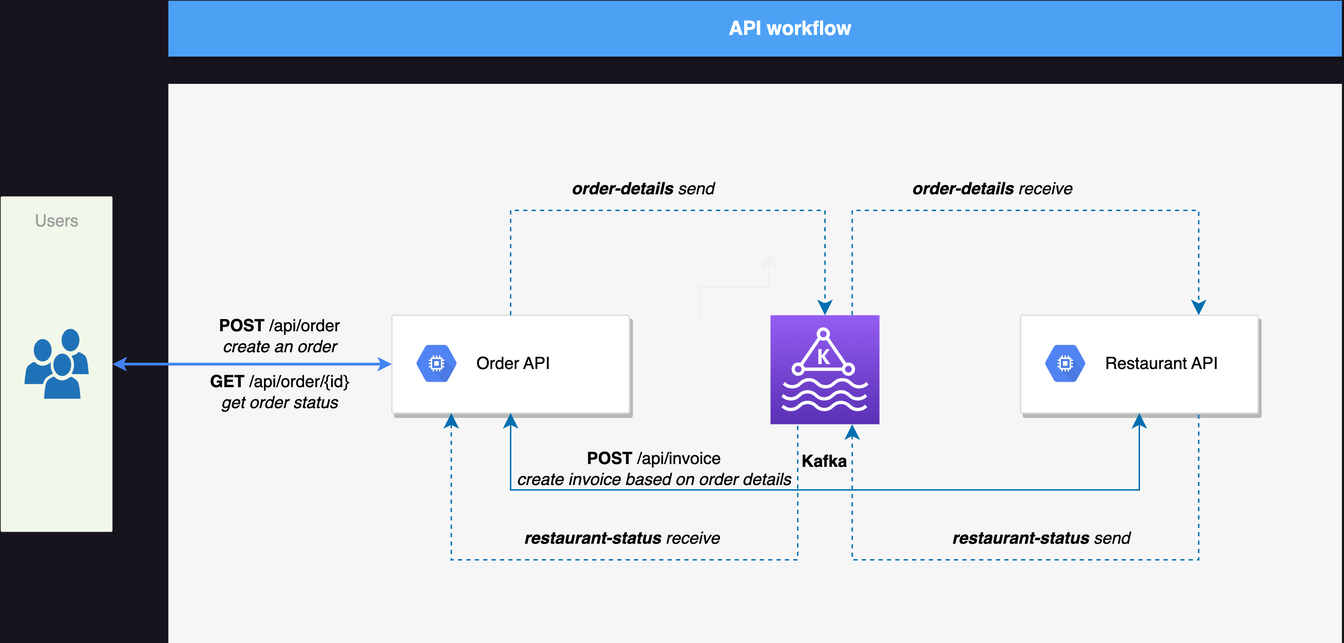
The draw.io diagram images/workflow.png in kcsurapaneni/food-delivery-backend, before a commit. Source tidied: cells renumbered, new cells last; positions are measured from the earlier drawing's top-left corner, leaving out a move shared by most shapes. The source it was exported from:
```xml
<mxGraphModel>
  <root>
    <mxCell id="0" />
    <mxCell id="1" parent="0" />
    <mxCell id="2" style="fillColor=#F6F6F6;strokeColor=none;shadow=0;gradientColor=none;fontSize=14;align=left;spacing=10;fontColor=#717171;9E9E9E;verticalAlign=top;spacingTop=-4;fontStyle=0;spacingLeft=40;html=1;" parent="1" vertex="1">
      <mxGeometry x="120" y="59.5" width="840" height="400.5" as="geometry" />
    </mxCell>
    <mxCell id="3" value="&lt;div style=&quot;&quot;&gt;&lt;span style=&quot;background-color: initial;&quot;&gt;Users&lt;/span&gt;&lt;/div&gt;" style="rounded=1;absoluteArcSize=1;arcSize=2;html=1;strokeColor=none;gradientColor=none;shadow=0;dashed=0;fontSize=12;fontColor=#9E9E9E;align=center;verticalAlign=top;spacing=10;spacingTop=-4;fillColor=#F1F8E9;" parent="1" vertex="1">
      <mxGeometry y="140" width="80" height="240" as="geometry" />
    </mxCell>
    <mxCell id="4" value="&lt;b&gt;API workflow&lt;/b&gt;" style="fillColor=#4DA1F5;strokeColor=none;shadow=1;gradientColor=none;fontSize=14;align=center;spacingLeft=50;fontColor=#ffffff;html=1;" parent="1" vertex="1">
      <mxGeometry x="120" width="840" height="40" as="geometry" />
    </mxCell>
    <mxCell id="5" style="edgeStyle=elbowEdgeStyle;rounded=0;elbow=vertical;html=1;labelBackgroundColor=none;startFill=1;startSize=4;endArrow=classic;endFill=1;endSize=4;jettySize=auto;strokeColor=#4284F3;strokeWidth=2;fontSize=12;fontColor=#000000;align=left;dashed=0;entryX=0;entryY=0.5;entryDx=0;entryDy=0;startArrow=classic;" parent="1" edge="1" source="3" target="7">
      <mxGeometry relative="1" as="geometry" />
    </mxCell>
    <mxCell id="6" style="sketch=0;shadow=0;dashed=0;html=1;strokeColor=none;labelPosition=center;verticalLabelPosition=bottom;verticalAlign=top;align=center;shape=mxgraph.office.users.users;fillColor=#2072B8;" parent="1" vertex="1">
      <mxGeometry x="17" y="234.8" width="46" height="50" as="geometry" />
    </mxCell>
    <mxCell id="7" style="strokeColor=#dddddd;fillColor=#ffffff;shadow=1;strokeWidth=1;rounded=1;absoluteArcSize=1;arcSize=2;fontSize=11;fontColor=#9E9E9E;align=center;html=1;" parent="1" vertex="1">
      <mxGeometry x="280" y="225" width="170" height="70" as="geometry" />
    </mxCell>
    <mxCell id="8" value="&lt;font color=&quot;#000000&quot;&gt;&lt;br&gt;Order API&lt;/font&gt;" style="dashed=0;html=1;fillColor=#5184F3;strokeColor=none;shape=mxgraph.gcp2.hexIcon;prIcon=compute_engine;labelPosition=right;verticalLabelPosition=middle;align=left;verticalAlign=top;spacingLeft=5;fontColor=#999999;fontSize=12;spacingTop=-8;" parent="7" vertex="1">
      <mxGeometry width="44" height="39" relative="1" as="geometry">
        <mxPoint x="10" y="15" as="offset" />
      </mxGeometry>
    </mxCell>
    <mxCell id="9" value="&lt;font color=&quot;#000000&quot;&gt;&lt;b&gt;POST&lt;/b&gt; /api/order&lt;br&gt;&lt;i&gt;create an order&lt;/i&gt;&lt;br&gt;&lt;/font&gt;" style="text;html=1;strokeColor=none;fillColor=none;align=center;verticalAlign=middle;whiteSpace=wrap;rounded=0;" parent="1" vertex="1">
      <mxGeometry x="140" y="225" width="120" height="30" as="geometry" />
    </mxCell>
    <mxCell id="10" value="&lt;font color=&quot;#000000&quot;&gt;&lt;b&gt;GET&lt;/b&gt; /api/order/{id}&lt;br&gt;&lt;i&gt;get order status&lt;/i&gt;&lt;br&gt;&lt;/font&gt;" style="text;html=1;strokeColor=none;fillColor=none;align=center;verticalAlign=middle;whiteSpace=wrap;rounded=0;" parent="1" vertex="1">
      <mxGeometry x="140" y="265" width="120" height="30" as="geometry" />
    </mxCell>
    <mxCell id="11" style="strokeColor=#dddddd;fillColor=#ffffff;shadow=1;strokeWidth=1;rounded=1;absoluteArcSize=1;arcSize=2;fontSize=11;fontColor=#9E9E9E;align=center;html=1;" parent="1" vertex="1">
      <mxGeometry x="730" y="225" width="170" height="70" as="geometry" />
    </mxCell>
    <mxCell id="12" value="&lt;font color=&quot;#000000&quot;&gt;&lt;br&gt;Restaurant API&lt;/font&gt;" style="dashed=0;html=1;fillColor=#5184F3;strokeColor=none;shape=mxgraph.gcp2.hexIcon;prIcon=compute_engine;labelPosition=right;verticalLabelPosition=middle;align=left;verticalAlign=top;spacingLeft=5;fontColor=#999999;fontSize=12;spacingTop=-8;" parent="11" vertex="1">
      <mxGeometry width="44" height="39" relative="1" as="geometry">
        <mxPoint x="10" y="15" as="offset" />
      </mxGeometry>
    </mxCell>
    <mxCell id="13" style="sketch=0;points=[[0,0,0],[0.25,0,0],[0.5,0,0],[0.75,0,0],[1,0,0],[0,1,0],[0.25,1,0],[0.5,1,0],[0.75,1,0],[1,1,0],[0,0.25,0],[0,0.5,0],[0,0.75,0],[1,0.25,0],[1,0.5,0],[1,0.75,0]];outlineConnect=0;fontColor=#232F3E;gradientColor=#945DF2;gradientDirection=north;fillColor=#5A30B5;strokeColor=#ffffff;dashed=0;verticalLabelPosition=bottom;verticalAlign=top;align=center;html=1;fontSize=12;fontStyle=0;shape=mxgraph.aws4.resourceIcon;resIcon=mxgraph.aws4.managed_streaming_for_kafka;" parent="1" vertex="1">
      <mxGeometry x="551" y="225" width="78" height="78" as="geometry" />
    </mxCell>
    <mxCell id="14" value="&lt;font color=&quot;#000000&quot;&gt;&lt;b&gt;Kafka&lt;/b&gt;&lt;br&gt;&lt;/font&gt;" style="text;html=1;strokeColor=none;fillColor=none;align=center;verticalAlign=middle;whiteSpace=wrap;rounded=0;" parent="1" vertex="1">
      <mxGeometry x="530" y="315" width="120" height="30" as="geometry" />
    </mxCell>
    <mxCell id="15" style="edgeStyle=elbowEdgeStyle;elbow=vertical;endArrow=classic;html=1;curved=0;rounded=0;endSize=8;startSize=8;" parent="1" edge="1">
      <mxGeometry relative="1" as="geometry">
        <mxPoint x="500" y="230" as="sourcePoint" />
        <mxPoint x="550" y="180" as="targetPoint" />
      </mxGeometry>
    </mxCell>
    <mxCell id="16" style="edgeStyle=elbowEdgeStyle;elbow=vertical;endArrow=classic;html=1;curved=0;rounded=0;endSize=8;startSize=8;fillColor=#1ba1e2;strokeColor=#006EAF;exitX=0.5;exitY=0;exitDx=0;exitDy=0;entryX=0.5;entryY=0;entryDx=0;entryDy=0;entryPerimeter=0;dashed=1;" parent="1" edge="1" source="7" target="13">
      <mxGeometry relative="1" as="geometry">
        <Array as="points">
          <mxPoint x="470" y="150" />
        </Array>
      </mxGeometry>
    </mxCell>
    <mxCell id="17" style="edgeStyle=elbowEdgeStyle;elbow=vertical;endArrow=classic;html=1;curved=0;rounded=0;endSize=8;startSize=8;fillColor=#1ba1e2;strokeColor=#006EAF;exitX=0.75;exitY=0;exitDx=0;exitDy=0;entryX=0.75;entryY=0;entryDx=0;entryDy=0;exitPerimeter=0;dashed=1;" parent="1" edge="1" source="13" target="11">
      <mxGeometry relative="1" as="geometry">
        <Array as="points">
          <mxPoint x="710" y="150" />
        </Array>
      </mxGeometry>
    </mxCell>
    <mxCell id="18" value="&lt;font color=&quot;#000000&quot;&gt;&lt;i&gt;&lt;b&gt;order-details&lt;/b&gt;&amp;nbsp;&lt;/i&gt;&lt;i&gt;send&lt;/i&gt;&lt;br&gt;&lt;/font&gt;" style="text;html=1;strokeColor=none;fillColor=none;align=center;verticalAlign=middle;whiteSpace=wrap;rounded=0;" parent="1" vertex="1">
      <mxGeometry x="400" y="120" width="120" height="30" as="geometry" />
    </mxCell>
    <mxCell id="19" value="&lt;font color=&quot;#000000&quot;&gt;&lt;i&gt;&lt;b&gt;order-details&lt;/b&gt;&amp;nbsp;&lt;/i&gt;&lt;i&gt;receive&lt;/i&gt;&lt;br&gt;&lt;/font&gt;" style="text;html=1;strokeColor=none;fillColor=none;align=center;verticalAlign=middle;whiteSpace=wrap;rounded=0;" parent="1" vertex="1">
      <mxGeometry x="650" y="120" width="120" height="30" as="geometry" />
    </mxCell>
    <mxCell id="20" style="edgeStyle=elbowEdgeStyle;elbow=vertical;endArrow=none;html=1;curved=0;rounded=0;endSize=8;startSize=8;fillColor=#1ba1e2;strokeColor=#006EAF;exitX=0.75;exitY=1;exitDx=0;exitDy=0;entryX=0.75;entryY=1;entryDx=0;entryDy=0;exitPerimeter=0;dashed=1;startArrow=classic;startFill=1;endFill=0;" parent="1" edge="1" source="13" target="11">
      <mxGeometry relative="1" as="geometry">
        <Array as="points">
          <mxPoint x="700" y="400" />
        </Array>
      </mxGeometry>
    </mxCell>
    <mxCell id="21" value="&lt;font color=&quot;#000000&quot;&gt;&lt;i&gt;&lt;b&gt;restaurant-status&lt;/b&gt;&amp;nbsp;&lt;/i&gt;&lt;i&gt;send&lt;/i&gt;&lt;br&gt;&lt;/font&gt;" style="text;html=1;strokeColor=none;fillColor=none;align=center;verticalAlign=middle;whiteSpace=wrap;rounded=0;" parent="1" vertex="1">
      <mxGeometry x="670" y="370" width="150" height="30" as="geometry" />
    </mxCell>
    <mxCell id="22" style="edgeStyle=elbowEdgeStyle;elbow=vertical;endArrow=none;html=1;curved=0;rounded=0;endSize=8;startSize=8;fillColor=#1ba1e2;strokeColor=#006EAF;exitX=0.25;exitY=1;exitDx=0;exitDy=0;entryX=0.25;entryY=1;entryDx=0;entryDy=0;dashed=1;startArrow=classic;startFill=1;endFill=0;entryPerimeter=0;" parent="1" edge="1" source="7" target="13">
      <mxGeometry relative="1" as="geometry">
        <Array as="points">
          <mxPoint x="400" y="400" />
        </Array>
      </mxGeometry>
    </mxCell>
    <mxCell id="23" value="&lt;font color=&quot;#000000&quot;&gt;&lt;i&gt;&lt;b&gt;restaurant-status&lt;/b&gt;&amp;nbsp;&lt;/i&gt;&lt;i&gt;receive&lt;/i&gt;&lt;br&gt;&lt;/font&gt;" style="text;html=1;strokeColor=none;fillColor=none;align=center;verticalAlign=middle;whiteSpace=wrap;rounded=0;" parent="1" vertex="1">
      <mxGeometry x="370" y="370" width="150" height="30" as="geometry" />
    </mxCell>
    <mxCell id="24" style="edgeStyle=elbowEdgeStyle;elbow=vertical;endArrow=classic;html=1;curved=0;rounded=0;endSize=8;startSize=8;fillColor=#1ba1e2;strokeColor=#006EAF;exitX=0.5;exitY=1;exitDx=0;exitDy=0;entryX=0.5;entryY=1;entryDx=0;entryDy=0;startArrow=classic;startFill=1;endFill=1;" parent="1" edge="1" source="7" target="11">
      <mxGeometry relative="1" as="geometry">
        <Array as="points">
          <mxPoint x="590" y="350" />
        </Array>
      </mxGeometry>
    </mxCell>
    <mxCell id="25" value="&lt;font color=&quot;#000000&quot;&gt;&lt;b&gt;POST&lt;/b&gt; /api/invoice&lt;br&gt;&lt;i&gt;create invoice based on order details&lt;/i&gt;&lt;br&gt;&lt;/font&gt;" style="text;html=1;strokeColor=none;fillColor=none;align=center;verticalAlign=middle;whiteSpace=wrap;rounded=0;" parent="1" vertex="1">
      <mxGeometry x="368" y="320" width="200" height="30" as="geometry" />
    </mxCell>
  </root>
</mxGraphModel>
```
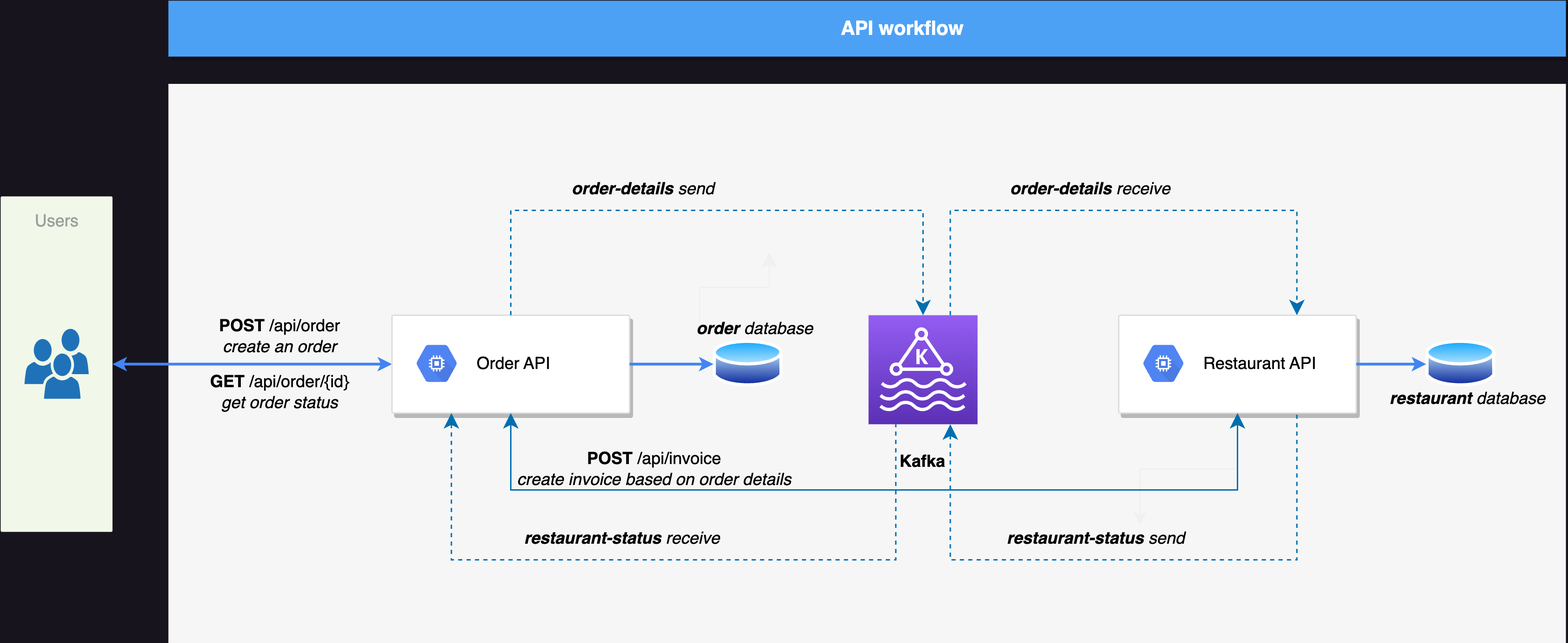
After the change.

Commit message:
database is also added as part of workflow image

What changed in the source:
```diff
@@ -3,13 +3,13 @@
     <mxCell id="0" />
     <mxCell id="1" parent="0" />
     <mxCell id="2" style="fillColor=#F6F6F6;strokeColor=none;shadow=0;gradientColor=none;fontSize=14;align=left;spacing=10;fontColor=#717171;9E9E9E;verticalAlign=top;spacingTop=-4;fontStyle=0;spacingLeft=40;html=1;" parent="1" vertex="1">
-      <mxGeometry x="120" y="59.5" width="840" height="400.5" as="geometry" />
+      <mxGeometry x="120" y="59.5" width="1000" height="400.5" as="geometry" />
     </mxCell>
     <mxCell id="3" value="&lt;div style=&quot;&quot;&gt;&lt;span style=&quot;background-color: initial;&quot;&gt;Users&lt;/span&gt;&lt;/div&gt;" style="rounded=1;absoluteArcSize=1;arcSize=2;html=1;strokeColor=none;gradientColor=none;shadow=0;dashed=0;fontSize=12;fontColor=#9E9E9E;align=center;verticalAlign=top;spacing=10;spacingTop=-4;fillColor=#F1F8E9;" parent="1" vertex="1">
       <mxGeometry y="140" width="80" height="240" as="geometry" />
     </mxCell>
     <mxCell id="4" value="&lt;b&gt;API workflow&lt;/b&gt;" style="fillColor=#4DA1F5;strokeColor=none;shadow=1;gradientColor=none;fontSize=14;align=center;spacingLeft=50;fontColor=#ffffff;html=1;" parent="1" vertex="1">
-      <mxGeometry x="120" width="840" height="40" as="geometry" />
+      <mxGeometry x="120" width="1000" height="40" as="geometry" />
     </mxCell>
     <mxCell id="5" style="edgeStyle=elbowEdgeStyle;rounded=0;elbow=vertical;html=1;labelBackgroundColor=none;startFill=1;startSize=4;endArrow=classic;endFill=1;endSize=4;jettySize=auto;strokeColor=#4284F3;strokeWidth=2;fontSize=12;fontColor=#000000;align=left;dashed=0;entryX=0;entryY=0.5;entryDx=0;entryDy=0;startArrow=classic;" parent="1" edge="1" source="3" target="7">
       <mxGeometry relative="1" as="geometry" />
@@ -31,8 +31,13 @@
     <mxCell id="10" value="&lt;font color=&quot;#000000&quot;&gt;&lt;b&gt;GET&lt;/b&gt; /api/order/{id}&lt;br&gt;&lt;i&gt;get order status&lt;/i&gt;&lt;br&gt;&lt;/font&gt;" style="text;html=1;strokeColor=none;fillColor=none;align=center;verticalAlign=middle;whiteSpace=wrap;rounded=0;" parent="1" vertex="1">
       <mxGeometry x="140" y="265" width="120" height="30" as="geometry" />
     </mxCell>
+    <mxCell id="26" style="edgeStyle=orthogonalEdgeStyle;rounded=0;jettySize=auto;html=1;" parent="1" edge="1" source="11">
+      <mxGeometry relative="1" as="geometry">
+        <mxPoint x="815" y="375" as="targetPoint" />
+      </mxGeometry>
+    </mxCell>
     <mxCell id="11" style="strokeColor=#dddddd;fillColor=#ffffff;shadow=1;strokeWidth=1;rounded=1;absoluteArcSize=1;arcSize=2;fontSize=11;fontColor=#9E9E9E;align=center;html=1;" parent="1" vertex="1">
-      <mxGeometry x="730" y="225" width="170" height="70" as="geometry" />
+      <mxGeometry x="800" y="225" width="170" height="70" as="geometry" />
     </mxCell>
     <mxCell id="12" value="&lt;font color=&quot;#000000&quot;&gt;&lt;br&gt;Restaurant API&lt;/font&gt;" style="dashed=0;html=1;fillColor=#5184F3;strokeColor=none;shape=mxgraph.gcp2.hexIcon;prIcon=compute_engine;labelPosition=right;verticalLabelPosition=middle;align=left;verticalAlign=top;spacingLeft=5;fontColor=#999999;fontSize=12;spacingTop=-8;" parent="11" vertex="1">
       <mxGeometry width="44" height="39" relative="1" as="geometry">
@@ -40,10 +45,10 @@
       </mxGeometry>
     </mxCell>
     <mxCell id="13" style="sketch=0;points=[[0,0,0],[0.25,0,0],[0.5,0,0],[0.75,0,0],[1,0,0],[0,1,0],[0.25,1,0],[0.5,1,0],[0.75,1,0],[1,1,0],[0,0.25,0],[0,0.5,0],[0,0.75,0],[1,0.25,0],[1,0.5,0],[1,0.75,0]];outlineConnect=0;fontColor=#232F3E;gradientColor=#945DF2;gradientDirection=north;fillColor=#5A30B5;strokeColor=#ffffff;dashed=0;verticalLabelPosition=bottom;verticalAlign=top;align=center;html=1;fontSize=12;fontStyle=0;shape=mxgraph.aws4.resourceIcon;resIcon=mxgraph.aws4.managed_streaming_for_kafka;" parent="1" vertex="1">
-      <mxGeometry x="551" y="225" width="78" height="78" as="geometry" />
+      <mxGeometry x="621" y="225" width="78" height="78" as="geometry" />
     </mxCell>
     <mxCell id="14" value="&lt;font color=&quot;#000000&quot;&gt;&lt;b&gt;Kafka&lt;/b&gt;&lt;br&gt;&lt;/font&gt;" style="text;html=1;strokeColor=none;fillColor=none;align=center;verticalAlign=middle;whiteSpace=wrap;rounded=0;" parent="1" vertex="1">
-      <mxGeometry x="530" y="315" width="120" height="30" as="geometry" />
+      <mxGeometry x="600" y="315" width="120" height="30" as="geometry" />
     </mxCell>
     <mxCell id="15" style="edgeStyle=elbowEdgeStyle;elbow=vertical;endArrow=classic;html=1;curved=0;rounded=0;endSize=8;startSize=8;" parent="1" edge="1">
       <mxGeometry relative="1" as="geometry">
@@ -58,10 +63,11 @@
         </Array>
       </mxGeometry>
     </mxCell>
-    <mxCell id="17" style="edgeStyle=elbowEdgeStyle;elbow=vertical;endArrow=classic;html=1;curved=0;rounded=0;endSize=8;startSize=8;fillColor=#1ba1e2;strokeColor=#006EAF;exitX=0.75;exitY=0;exitDx=0;exitDy=0;entryX=0.75;entryY=0;entryDx=0;entryDy=0;exitPerimeter=0;dashed=1;" parent="1" edge="1" source="13" target="11">
+    <mxCell id="17" style="edgeStyle=elbowEdgeStyle;elbow=vertical;endArrow=classic;html=1;curved=0;rounded=0;endSize=8;startSize=8;fillColor=#1ba1e2;strokeColor=#006EAF;exitX=0.75;exitY=0;exitDx=0;exitDy=0;entryX=0.75;entryY=0;entryDx=0;entryDy=0;exitPerimeter=0;dashed=1;" parent="1" edge="1" target="11">
       <mxGeometry relative="1" as="geometry">
+        <mxPoint x="679.5" y="225" as="sourcePoint" />
         <Array as="points">
-          <mxPoint x="710" y="150" />
+          <mxPoint x="780" y="150" />
         </Array>
       </mxGeometry>
     </mxCell>
@@ -69,17 +75,18 @@
       <mxGeometry x="400" y="120" width="120" height="30" as="geometry" />
     </mxCell>
     <mxCell id="19" value="&lt;font color=&quot;#000000&quot;&gt;&lt;i&gt;&lt;b&gt;order-details&lt;/b&gt;&amp;nbsp;&lt;/i&gt;&lt;i&gt;receive&lt;/i&gt;&lt;br&gt;&lt;/font&gt;" style="text;html=1;strokeColor=none;fillColor=none;align=center;verticalAlign=middle;whiteSpace=wrap;rounded=0;" parent="1" vertex="1">
-      <mxGeometry x="650" y="120" width="120" height="30" as="geometry" />
+      <mxGeometry x="720" y="120" width="120" height="30" as="geometry" />
     </mxCell>
-    <mxCell id="20" style="edgeStyle=elbowEdgeStyle;elbow=vertical;endArrow=none;html=1;curved=0;rounded=0;endSize=8;startSize=8;fillColor=#1ba1e2;strokeColor=#006EAF;exitX=0.75;exitY=1;exitDx=0;exitDy=0;entryX=0.75;entryY=1;entryDx=0;entryDy=0;exitPerimeter=0;dashed=1;startArrow=classic;startFill=1;endFill=0;" parent="1" edge="1" source="13" target="11">
+    <mxCell id="20" style="edgeStyle=elbowEdgeStyle;elbow=vertical;endArrow=none;html=1;curved=0;rounded=0;endSize=8;startSize=8;fillColor=#1ba1e2;strokeColor=#006EAF;exitX=0.75;exitY=1;exitDx=0;exitDy=0;entryX=0.75;entryY=1;entryDx=0;entryDy=0;exitPerimeter=0;dashed=1;startArrow=classic;startFill=1;endFill=0;" parent="1" edge="1" target="11">
       <mxGeometry relative="1" as="geometry">
+        <mxPoint x="679.5" y="303" as="sourcePoint" />
         <Array as="points">
-          <mxPoint x="700" y="400" />
+          <mxPoint x="770" y="400" />
         </Array>
       </mxGeometry>
     </mxCell>
     <mxCell id="21" value="&lt;font color=&quot;#000000&quot;&gt;&lt;i&gt;&lt;b&gt;restaurant-status&lt;/b&gt;&amp;nbsp;&lt;/i&gt;&lt;i&gt;send&lt;/i&gt;&lt;br&gt;&lt;/font&gt;" style="text;html=1;strokeColor=none;fillColor=none;align=center;verticalAlign=middle;whiteSpace=wrap;rounded=0;" parent="1" vertex="1">
-      <mxGeometry x="670" y="370" width="150" height="30" as="geometry" />
+      <mxGeometry x="709" y="370" width="150" height="30" as="geometry" />
     </mxCell>
     <mxCell id="22" style="edgeStyle=elbowEdgeStyle;elbow=vertical;endArrow=none;html=1;curved=0;rounded=0;endSize=8;startSize=8;fillColor=#1ba1e2;strokeColor=#006EAF;exitX=0.25;exitY=1;exitDx=0;exitDy=0;entryX=0.25;entryY=1;entryDx=0;entryDy=0;dashed=1;startArrow=classic;startFill=1;endFill=0;entryPerimeter=0;" parent="1" edge="1" source="7" target="13">
       <mxGeometry relative="1" as="geometry">
@@ -94,12 +101,35 @@
     <mxCell id="24" style="edgeStyle=elbowEdgeStyle;elbow=vertical;endArrow=classic;html=1;curved=0;rounded=0;endSize=8;startSize=8;fillColor=#1ba1e2;strokeColor=#006EAF;exitX=0.5;exitY=1;exitDx=0;exitDy=0;entryX=0.5;entryY=1;entryDx=0;entryDy=0;startArrow=classic;startFill=1;endFill=1;" parent="1" edge="1" source="7" target="11">
       <mxGeometry relative="1" as="geometry">
         <Array as="points">
-          <mxPoint x="590" y="350" />
+          <mxPoint x="660" y="350" />
         </Array>
       </mxGeometry>
     </mxCell>
     <mxCell id="25" value="&lt;font color=&quot;#000000&quot;&gt;&lt;b&gt;POST&lt;/b&gt; /api/invoice&lt;br&gt;&lt;i&gt;create invoice based on order details&lt;/i&gt;&lt;br&gt;&lt;/font&gt;" style="text;html=1;strokeColor=none;fillColor=none;align=center;verticalAlign=middle;whiteSpace=wrap;rounded=0;" parent="1" vertex="1">
       <mxGeometry x="368" y="320" width="200" height="30" as="geometry" />
     </mxCell>
+    <mxCell id="27" style="image;perimeter=ellipsePerimeter;html=1;align=center;shadow=0;dashed=0;spacingTop=3;image=img/lib/active_directory/database.svg;" parent="1" vertex="1">
+      <mxGeometry x="510" y="241.2" width="50" height="37" as="geometry" />
+    </mxCell>
+    <mxCell id="28" style="edgeStyle=elbowEdgeStyle;rounded=0;elbow=vertical;html=1;labelBackgroundColor=none;startFill=0;startSize=4;endArrow=classic;endFill=1;endSize=4;jettySize=auto;strokeColor=#4284F3;strokeWidth=2;fontSize=12;fontColor=#000000;align=left;dashed=0;startArrow=none;entryX=0;entryY=0.5;entryDx=0;entryDy=0;" parent="1" edge="1" target="27">
+      <mxGeometry relative="1" as="geometry">
+        <mxPoint x="450" y="260" as="sourcePoint" />
+      </mxGeometry>
+    </mxCell>
+    <mxCell id="29" style="image;perimeter=ellipsePerimeter;html=1;align=center;shadow=0;dashed=0;spacingTop=3;image=img/lib/active_directory/database.svg;" parent="1" vertex="1">
+      <mxGeometry x="1020" y="241.2" width="50" height="37" as="geometry" />
+    </mxCell>
+    <mxCell id="30" style="edgeStyle=elbowEdgeStyle;rounded=0;elbow=vertical;html=1;labelBackgroundColor=none;startFill=0;startSize=4;endArrow=classic;endFill=1;endSize=4;jettySize=auto;orthogonalLoop=1;strokeColor=#4284F3;strokeWidth=2;fontSize=12;fontColor=#000000;align=left;dashed=0;startArrow=none;" parent="1" edge="1">
+      <mxGeometry relative="1" as="geometry">
+        <mxPoint x="970" y="260" as="sourcePoint" />
+        <mxPoint x="1020" y="260" as="targetPoint" />
+      </mxGeometry>
+    </mxCell>
+    <mxCell id="31" value="&lt;font color=&quot;#000000&quot;&gt;&lt;i&gt;&lt;b&gt;order&lt;/b&gt;&amp;nbsp;&lt;/i&gt;&lt;i&gt;database&lt;/i&gt;&lt;br&gt;&lt;/font&gt;" style="text;html=1;strokeColor=none;fillColor=none;align=center;verticalAlign=middle;whiteSpace=wrap;rounded=0;" parent="1" vertex="1">
+      <mxGeometry x="480" y="220" width="120" height="30" as="geometry" />
+    </mxCell>
+    <mxCell id="32" value="&lt;font color=&quot;#000000&quot;&gt;&lt;i&gt;&lt;b&gt;restaurant&lt;/b&gt;&amp;nbsp;&lt;/i&gt;&lt;i&gt;database&lt;/i&gt;&lt;br&gt;&lt;/font&gt;" style="text;html=1;strokeColor=none;fillColor=none;align=center;verticalAlign=middle;whiteSpace=wrap;rounded=0;" parent="1" vertex="1">
+      <mxGeometry x="990" y="270" width="120" height="30" as="geometry" />
+    </mxCell>
   </root>
 </mxGraphModel>
```
